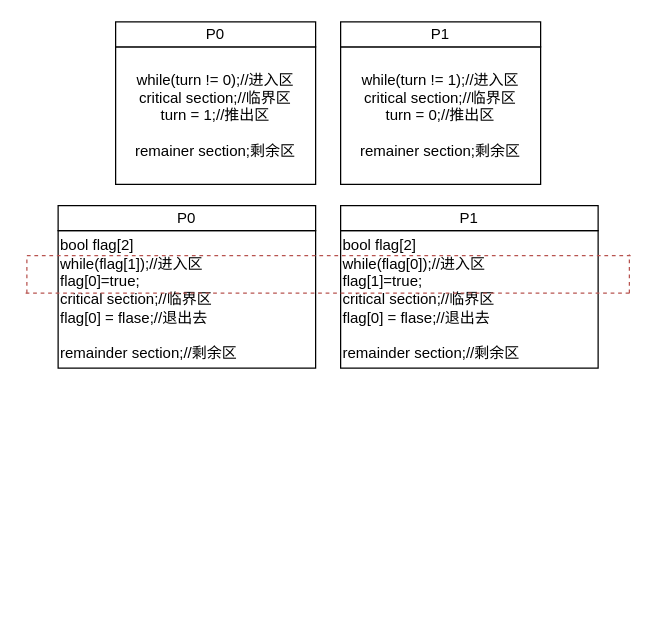
Earlier version of the draw.io diagram 进程同步之互斥实现.drawio (minhuomin/minhuomin.github). Source tidied: cells renumbered, new cells numbered last; positions are measured from the earlier drawing's top-left corner, leaving out a move shared by most shapes. Both pictures are drawn from the tidied source at 125%, with x=0, y=0 at pixel (25, 21).
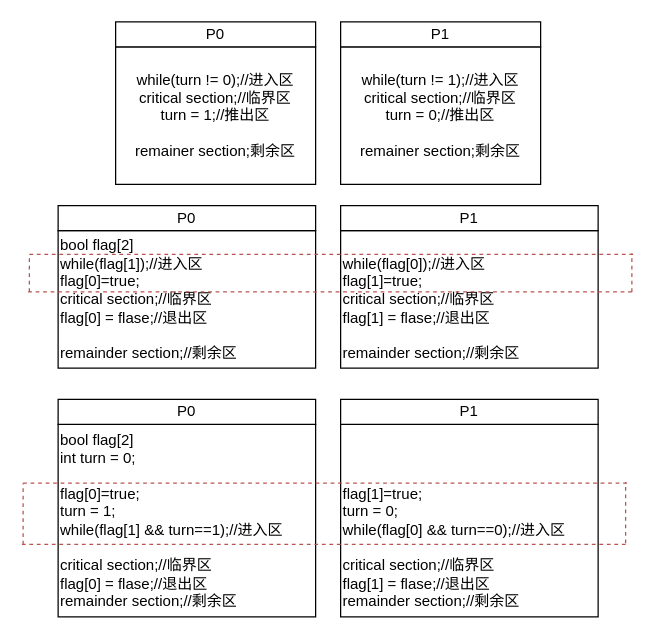
The same diagram, later.

Commit message:
更新进程同步之互斥实现.drawio

Diff of the diagram source:
```diff
@@
-    <mxCell id="6" value="&lt;div&gt;bool flag[2]&lt;/div&gt;&lt;div&gt;while(flag[1]);//进入区&lt;/div&gt;&lt;div&gt;flag[0]=true;&amp;nbsp;&lt;/div&gt;&lt;div&gt;critical section;//临界区&lt;/div&gt;&lt;div&gt;flag[0] = flase;//退出去&lt;/div&gt;&lt;div&gt;&lt;br&gt;&lt;/div&gt;&lt;div&gt;remainder section;//剩余区&lt;/div&gt;" style="rounded=0;whiteSpace=wrap;html=1;align=left;" parent="1" vertex="1">
+    <mxCell id="6" value="&lt;div&gt;bool flag[2]&lt;/div&gt;&lt;div&gt;while(flag[1]);//进入区&lt;/div&gt;&lt;div&gt;flag[0]=true;&amp;nbsp;&lt;/div&gt;&lt;div&gt;critical section;//临界区&lt;/div&gt;&lt;div&gt;flag[0] = flase;//退出区&lt;/div&gt;&lt;div&gt;&lt;br&gt;&lt;/div&gt;&lt;div&gt;remainder section;//剩余区&lt;/div&gt;" style="rounded=0;whiteSpace=wrap;html=1;align=left;" parent="1" vertex="1">
       <mxGeometry x="26" y="167" width="206" height="110" as="geometry" />
     </mxCell>
@@
-    <mxCell id="8" value="&lt;div&gt;bool flag[2]&lt;/div&gt;&lt;div&gt;while(flag[0]);//进入区&lt;/div&gt;&lt;div&gt;flag[1]=true;&amp;nbsp;&lt;/div&gt;&lt;div&gt;critical section;//临界区&lt;/div&gt;&lt;div&gt;flag[0] = flase;//退出去&lt;/div&gt;&lt;div&gt;&lt;br&gt;&lt;/div&gt;&lt;div&gt;remainder section;//剩余区&lt;/div&gt;" style="rounded=0;whiteSpace=wrap;html=1;align=left;" parent="1" vertex="1">
+    <mxCell id="8" value="&lt;div&gt;&lt;br&gt;&lt;/div&gt;&lt;div&gt;while(flag[0]);//进入区&lt;/div&gt;&lt;div&gt;flag[1]=true;&amp;nbsp;&lt;/div&gt;&lt;div&gt;critical section;//临界区&lt;/div&gt;&lt;div&gt;flag[1] = flase;//退出区&lt;/div&gt;&lt;div&gt;&lt;br&gt;&lt;/div&gt;&lt;div&gt;remainder section;//剩余区&lt;/div&gt;" style="rounded=0;whiteSpace=wrap;html=1;align=left;" parent="1" vertex="1">
       <mxGeometry x="252" y="167" width="206" height="110" as="geometry" />
     </mxCell>
@@
     <mxCell id="10" style="endArrow=none;dashed=1;html=1;rounded=0;fillColor=#f8cecc;strokeColor=#b85450;" parent="1" edge="1">
       <mxGeometry relative="1" as="geometry">
-        <mxPoint x="1" y="187" as="sourcePoint" />
-        <mxPoint x="485" y="187" as="targetPoint" />
+        <mxPoint x="3" y="186" as="sourcePoint" />
+        <mxPoint x="487" y="186" as="targetPoint" />
       </mxGeometry>
     </mxCell>
     <mxCell id="11" style="endArrow=none;dashed=1;html=1;rounded=0;fillColor=#f8cecc;strokeColor=#b85450;" parent="1" edge="1">
       <mxGeometry relative="1" as="geometry">
-        <mxPoint y="217" as="sourcePoint" />
-        <mxPoint x="484" y="217" as="targetPoint" />
+        <mxPoint x="2" y="216" as="sourcePoint" />
+        <mxPoint x="486" y="216" as="targetPoint" />
       </mxGeometry>
     </mxCell>
     <mxCell id="12" style="endArrow=none;dashed=1;html=1;rounded=0;fillColor=#f8cecc;strokeColor=#b85450;" parent="1" edge="1">
       <mxGeometry relative="1" as="geometry">
-        <mxPoint x="1" y="217" as="sourcePoint" />
-        <mxPoint x="1" y="187" as="targetPoint" />
+        <mxPoint x="3" y="216" as="sourcePoint" />
+        <mxPoint x="3" y="186" as="targetPoint" />
       </mxGeometry>
     </mxCell>
     <mxCell id="13" style="endArrow=none;dashed=1;html=1;rounded=0;fillColor=#f8cecc;strokeColor=#b85450;" parent="1" edge="1">
       <mxGeometry relative="1" as="geometry">
-        <mxPoint x="483" y="217" as="sourcePoint" />
-        <mxPoint x="483" y="186" as="targetPoint" />
+        <mxPoint x="485" y="216" as="sourcePoint" />
+        <mxPoint x="485" y="185" as="targetPoint" />
       </mxGeometry>
     </mxCell>
+    <mxCell id="14" value="&lt;div&gt;bool flag[2]&lt;/div&gt;&lt;div&gt;int turn = 0;&lt;/div&gt;&lt;div&gt;&lt;br&gt;&lt;/div&gt;&lt;div&gt;flag[0]=true;&amp;nbsp;&lt;/div&gt;&lt;div&gt;turn = 1;&lt;/div&gt;&lt;div&gt;while(flag[1] &amp;amp;&amp;amp; turn==1);//进入区&lt;/div&gt;&lt;div&gt;&lt;br&gt;&lt;/div&gt;&lt;div&gt;critical section;//临界区&lt;/div&gt;&lt;div&gt;flag[0] = flase;//退出区&lt;/div&gt;&lt;div&gt;remainder section;//剩余区&lt;/div&gt;" style="rounded=0;whiteSpace=wrap;html=1;align=left;" parent="1" vertex="1">
+      <mxGeometry x="26" y="322" width="206" height="154" as="geometry" />
+    </mxCell>
+    <mxCell id="15" value="P0" style="rounded=0;whiteSpace=wrap;html=1;" parent="1" vertex="1">
+      <mxGeometry x="26" y="302" width="206" height="20" as="geometry" />
+    </mxCell>
+    <mxCell id="16" value="&lt;div&gt;&lt;br&gt;&lt;/div&gt;&lt;div&gt;&lt;br&gt;&lt;/div&gt;&lt;div&gt;&lt;br&gt;&lt;/div&gt;&lt;div&gt;flag[1]=true;&amp;nbsp;&lt;/div&gt;&lt;div&gt;turn = 0;&lt;/div&gt;&lt;div&gt;while(flag[0] &amp;amp;&amp;amp; turn==0);//进入区&lt;/div&gt;&lt;div&gt;&lt;br&gt;&lt;/div&gt;&lt;div&gt;critical section;//临界区&lt;/div&gt;&lt;div&gt;flag[1] = flase;//退出区&lt;/div&gt;&lt;div&gt;remainder section;//剩余区&lt;/div&gt;" style="rounded=0;whiteSpace=wrap;html=1;align=left;" parent="1" vertex="1">
+      <mxGeometry x="252" y="322" width="206" height="154" as="geometry" />
+    </mxCell>
+    <mxCell id="17" value="P1" style="rounded=0;whiteSpace=wrap;html=1;" parent="1" vertex="1">
+      <mxGeometry x="252" y="302" width="206" height="20" as="geometry" />
+    </mxCell>
+    <mxCell id="18" style="endArrow=none;dashed=1;html=1;rounded=0;fillColor=#f8cecc;strokeColor=#b85450;" parent="1" edge="1">
+      <mxGeometry relative="1" as="geometry">
+        <mxPoint x="-2" y="369" as="sourcePoint" />
+        <mxPoint x="482" y="369" as="targetPoint" />
+      </mxGeometry>
+    </mxCell>
+    <mxCell id="19" style="endArrow=none;dashed=1;html=1;rounded=0;fillColor=#f8cecc;strokeColor=#b85450;" parent="1" edge="1">
+      <mxGeometry relative="1" as="geometry">
+        <mxPoint x="-3" y="418" as="sourcePoint" />
+        <mxPoint x="481" y="418" as="targetPoint" />
+      </mxGeometry>
+    </mxCell>
+    <mxCell id="20" style="endArrow=none;dashed=1;html=1;rounded=0;fillColor=#f8cecc;strokeColor=#b85450;" parent="1" edge="1">
+      <mxGeometry relative="1" as="geometry">
+        <mxPoint x="-2" y="418" as="sourcePoint" />
+        <mxPoint x="-2" y="369" as="targetPoint" />
+      </mxGeometry>
+    </mxCell>
+    <mxCell id="21" style="endArrow=none;dashed=1;html=1;rounded=0;fillColor=#f8cecc;strokeColor=#b85450;" parent="1" edge="1">
+      <mxGeometry relative="1" as="geometry">
+        <mxPoint x="480" y="417" as="sourcePoint" />
+        <mxPoint x="480" y="368" as="targetPoint" />
+      </mxGeometry>
+    </mxCell>
```
